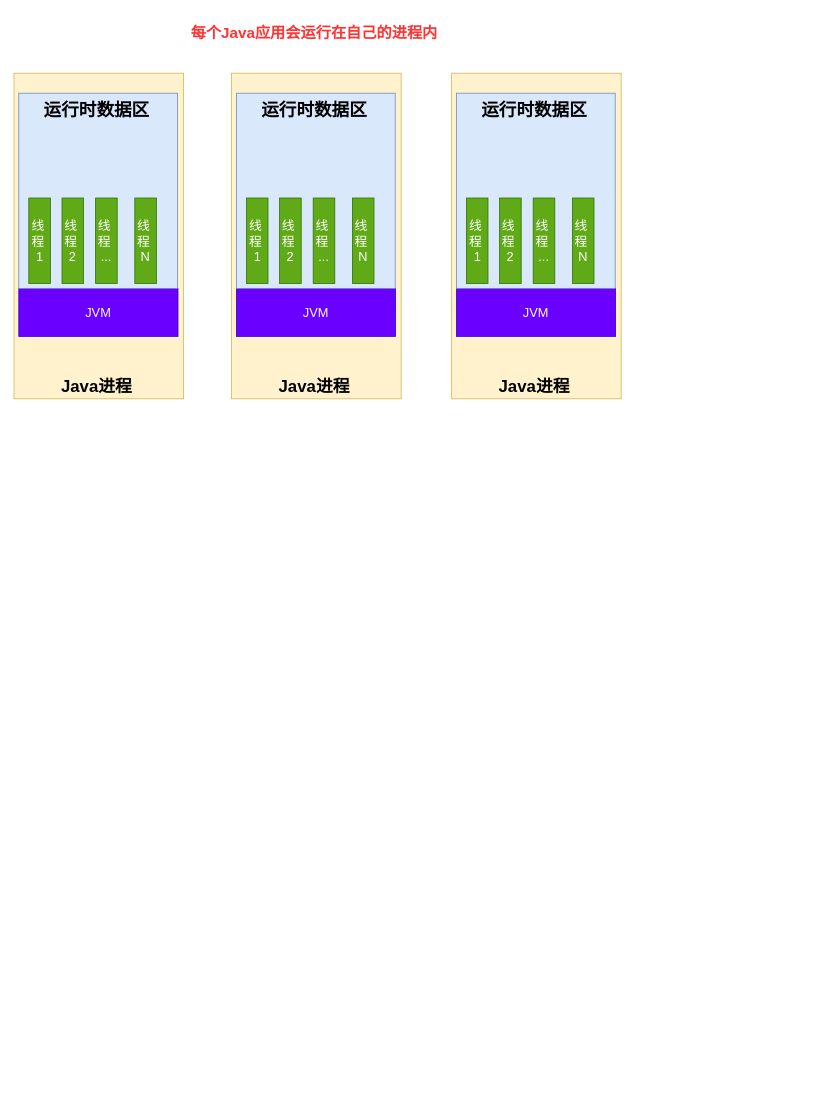
pkqzyh/pkqzyh.github.io keeps this draw.io diagram as page "多线程基础" (3 of 3) of JUC并发编程.drawio. Above is the earlier version. Source tidied: cells renumbered, new cells numbered last; positions are measured from the earlier drawing's top-left corner, leaving out a move shared by most shapes. Both pictures are drawn from the tidied source at 80%, with x=0, y=0 at pixel (14, 22).
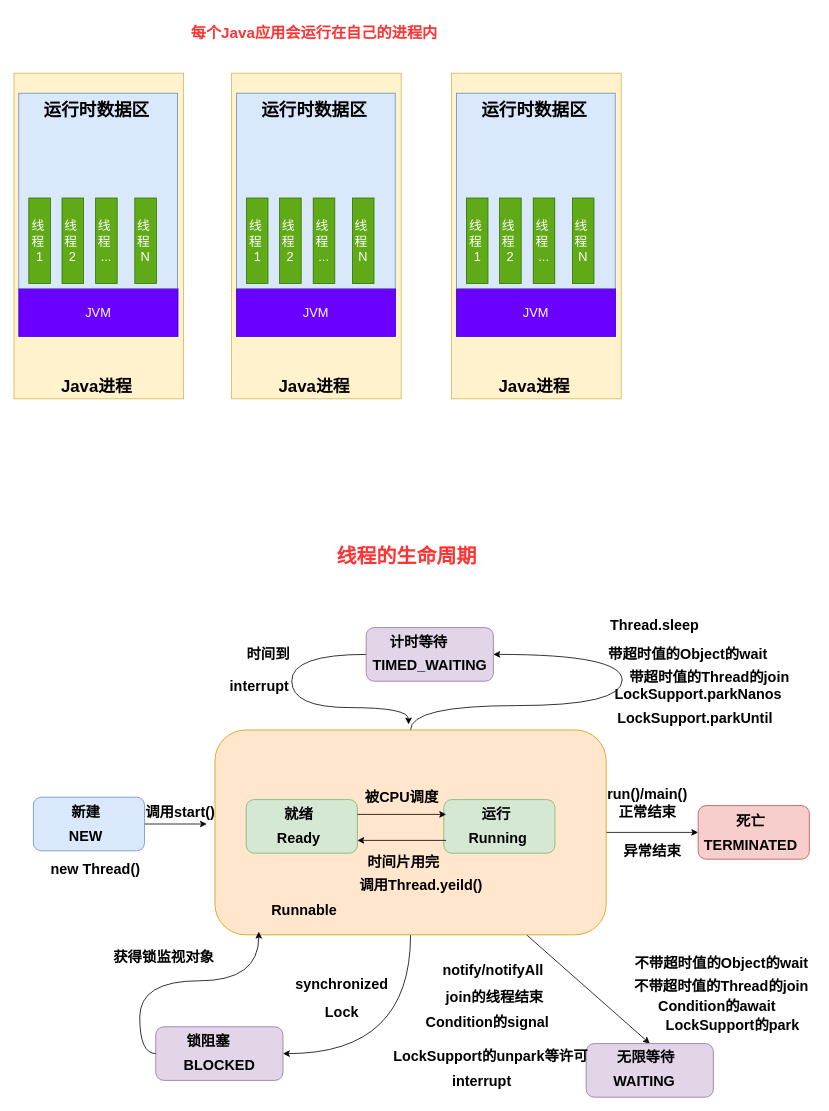
Above is the later version.

Commit message:
线程生命周期.drawio

What changed in the source:
```diff
@@
+    <mxCell id="30" style="edgeStyle=orthogonalEdgeStyle;rounded=0;jettySize=auto;html=1;entryX=0;entryY=0.5;entryDx=0;entryDy=0;" parent="1" edge="1" source="34" target="48">
+      <mxGeometry relative="1" as="geometry" />
+    </mxCell>
+    <mxCell id="31" style="rounded=0;jettySize=auto;html=1;entryX=1;entryY=0.5;entryDx=0;entryDy=0;elbow=vertical;edgeStyle=orthogonalEdgeStyle;curved=1;" parent="1" edge="1" source="34" target="55">
+      <mxGeometry relative="1" as="geometry" />
+    </mxCell>
+    <mxCell id="32" style="rounded=0;jettySize=auto;html=1;entryX=0.5;entryY=0;entryDx=0;entryDy=0;" parent="1" edge="1" source="34" target="58">
+      <mxGeometry relative="1" as="geometry" />
+    </mxCell>
+    <mxCell id="33" style="rounded=0;jettySize=auto;html=1;entryX=1;entryY=0.5;entryDx=0;entryDy=0;edgeStyle=orthogonalEdgeStyle;curved=1;" parent="1" edge="1" source="34" target="52">
+      <mxGeometry relative="1" as="geometry" />
+    </mxCell>
+    <mxCell id="34" style="rounded=1;whiteSpace=wrap;html=1;fillColor=#ffe6cc;strokeColor=#d79b00;" parent="1" vertex="1">
+      <mxGeometry x="251.2" y="884" width="489" height="256" as="geometry" />
+    </mxCell>
@@
+    <mxCell id="35" value="&lt;b&gt;&lt;font style=&quot;color: rgb(255, 51, 51); font-size: 25px;&quot;&gt;线程的生命周期&lt;/font&gt;&lt;/b&gt;" style="text;html=1;align=center;verticalAlign=middle;whiteSpace=wrap;rounded=0;" parent="1" vertex="1">
+      <mxGeometry x="399" y="661" width="184" height="9" as="geometry" />
+    </mxCell>
+    <mxCell id="36" style="edgeStyle=orthogonalEdgeStyle;rounded=0;jettySize=auto;html=1;" parent="1" edge="1" source="37">
+      <mxGeometry relative="1" as="geometry">
+        <mxPoint x="241" y="1001.5" as="targetPoint" />
+      </mxGeometry>
+    </mxCell>
+    <mxCell id="37" style="rounded=1;whiteSpace=wrap;html=1;fillColor=#dae8fc;strokeColor=#6c8ebf;" parent="1" vertex="1">
+      <mxGeometry x="24.2" y="968" width="139" height="67" as="geometry" />
+    </mxCell>
+    <mxCell id="38" value="&lt;b&gt;&lt;font style=&quot;font-size: 18px;&quot;&gt;新建&lt;/font&gt;&lt;/b&gt;" style="text;html=1;align=center;verticalAlign=middle;whiteSpace=wrap;rounded=0;" parent="1" vertex="1">
+      <mxGeometry x="43.2" y="977" width="94" height="20" as="geometry" />
+    </mxCell>
+    <mxCell id="39" value="&lt;b&gt;&lt;font style=&quot;font-size: 18px;&quot;&gt;NEW&lt;/font&gt;&lt;/b&gt;" style="text;html=1;align=center;verticalAlign=middle;whiteSpace=wrap;rounded=0;" parent="1" vertex="1">
+      <mxGeometry x="45.2" y="1002" width="90" height="30" as="geometry" />
+    </mxCell>
+    <mxCell id="40" style="rounded=1;whiteSpace=wrap;html=1;fillColor=#d5e8d4;strokeColor=#82b366;" parent="1" vertex="1">
+      <mxGeometry x="290.2" y="971" width="139" height="67" as="geometry" />
+    </mxCell>
+    <mxCell id="41" value="&lt;span style=&quot;font-size: 18px;&quot;&gt;&lt;b&gt;就绪&lt;/b&gt;&lt;/span&gt;" style="text;html=1;align=center;verticalAlign=middle;whiteSpace=wrap;rounded=0;" parent="1" vertex="1">
+      <mxGeometry x="309.2" y="980" width="94" height="20" as="geometry" />
+    </mxCell>
+    <mxCell id="42" value="&lt;b&gt;&lt;font style=&quot;font-size: 18px;&quot;&gt;Ready&lt;/font&gt;&lt;/b&gt;" style="text;html=1;align=center;verticalAlign=middle;whiteSpace=wrap;rounded=0;" parent="1" vertex="1">
+      <mxGeometry x="311.2" y="1005" width="90" height="30" as="geometry" />
+    </mxCell>
+    <mxCell id="43" style="rounded=1;whiteSpace=wrap;html=1;fillColor=#d5e8d4;strokeColor=#82b366;" parent="1" vertex="1">
+      <mxGeometry x="537.2" y="971" width="139" height="67" as="geometry" />
+    </mxCell>
+    <mxCell id="44" value="&lt;span style=&quot;font-size: 18px;&quot;&gt;&lt;b&gt;运行&lt;/b&gt;&lt;/span&gt;" style="text;html=1;align=center;verticalAlign=middle;whiteSpace=wrap;rounded=0;" parent="1" vertex="1">
+      <mxGeometry x="556.2" y="980" width="94" height="20" as="geometry" />
+    </mxCell>
+    <mxCell id="45" value="&lt;b&gt;&lt;font style=&quot;font-size: 18px;&quot;&gt;Runnable&lt;/font&gt;&lt;/b&gt;" style="text;html=1;align=center;verticalAlign=middle;whiteSpace=wrap;rounded=0;" parent="1" vertex="1">
+      <mxGeometry x="318.2" y="1095" width="90" height="30" as="geometry" />
+    </mxCell>
+    <mxCell id="46" style="endArrow=classic;html=1;rounded=0;" parent="1" edge="1">
+      <mxGeometry relative="1" as="geometry">
+        <mxPoint x="429.2" y="989.5" as="sourcePoint" />
+        <mxPoint x="540.2" y="989.5" as="targetPoint" />
+      </mxGeometry>
+    </mxCell>
+    <mxCell id="47" style="endArrow=classic;html=1;rounded=0;" parent="1" edge="1">
+      <mxGeometry relative="1" as="geometry">
+        <mxPoint x="540.2" y="1022" as="sourcePoint" />
+        <mxPoint x="429.2" y="1022" as="targetPoint" />
+      </mxGeometry>
+    </mxCell>
+    <mxCell id="48" style="rounded=1;whiteSpace=wrap;html=1;fillColor=#f8cecc;strokeColor=#b85450;" parent="1" vertex="1">
+      <mxGeometry x="855.2" y="978.5" width="139" height="67" as="geometry" />
+    </mxCell>
+    <mxCell id="49" value="&lt;span style=&quot;font-size: 18px;&quot;&gt;&lt;b&gt;死亡&lt;/b&gt;&lt;/span&gt;" style="text;html=1;align=center;verticalAlign=middle;whiteSpace=wrap;rounded=0;" parent="1" vertex="1">
+      <mxGeometry x="874.2" y="987.5" width="94" height="20" as="geometry" />
+    </mxCell>
+    <mxCell id="50" value="&lt;b&gt;&lt;font style=&quot;font-size: 18px;&quot;&gt;TERMINATED&lt;/font&gt;&lt;/b&gt;" style="text;html=1;align=center;verticalAlign=middle;whiteSpace=wrap;rounded=0;" parent="1" vertex="1">
+      <mxGeometry x="876.2" y="1012.5" width="90" height="30" as="geometry" />
+    </mxCell>
+    <mxCell id="51" style="edgeStyle=orthogonalEdgeStyle;rounded=0;jettySize=auto;html=1;curved=1;exitX=0;exitY=0.5;exitDx=0;exitDy=0;" parent="1" edge="1" source="52">
+      <mxGeometry relative="1" as="geometry">
+        <mxPoint x="493.2" y="877" as="targetPoint" />
+        <Array as="points">
+          <mxPoint x="347.2" y="790" />
+          <mxPoint x="347.2" y="856" />
+          <mxPoint x="493.2" y="856" />
+        </Array>
+      </mxGeometry>
+    </mxCell>
+    <mxCell id="52" style="rounded=1;whiteSpace=wrap;html=1;fillColor=#e1d5e7;strokeColor=#9673a6;" parent="1" vertex="1">
+      <mxGeometry x="440.2" y="756" width="159" height="67" as="geometry" />
+    </mxCell>
+    <mxCell id="53" value="&lt;b&gt;&lt;font style=&quot;font-size: 18px;&quot;&gt;计时等待&lt;/font&gt;&lt;/b&gt;" style="text;html=1;align=center;verticalAlign=middle;whiteSpace=wrap;rounded=0;" parent="1" vertex="1">
+      <mxGeometry x="459.2" y="765" width="94" height="20" as="geometry" />
+    </mxCell>
+    <mxCell id="54" value="&lt;b&gt;&lt;font style=&quot;font-size: 18px;&quot;&gt;TIMED_WAITING&lt;/font&gt;&lt;/b&gt;" style="text;html=1;align=center;verticalAlign=middle;whiteSpace=wrap;rounded=0;" parent="1" vertex="1">
+      <mxGeometry x="474.7" y="789" width="90" height="30" as="geometry" />
+    </mxCell>
+    <mxCell id="55" style="rounded=1;whiteSpace=wrap;html=1;fillColor=#e1d5e7;strokeColor=#9673a6;" parent="1" vertex="1">
+      <mxGeometry x="177.2" y="1255" width="159" height="67" as="geometry" />
+    </mxCell>
+    <mxCell id="56" value="&lt;span style=&quot;font-size: 18px;&quot;&gt;&lt;b&gt;锁阻塞&lt;/b&gt;&lt;/span&gt;" style="text;html=1;align=center;verticalAlign=middle;whiteSpace=wrap;rounded=0;" parent="1" vertex="1">
+      <mxGeometry x="196.2" y="1264" width="94" height="20" as="geometry" />
+    </mxCell>
+    <mxCell id="57" value="&lt;b&gt;&lt;font style=&quot;font-size: 18px;&quot;&gt;BLOCKED&lt;/font&gt;&lt;/b&gt;" style="text;html=1;align=center;verticalAlign=middle;whiteSpace=wrap;rounded=0;" parent="1" vertex="1">
+      <mxGeometry x="211.7" y="1288" width="90" height="30" as="geometry" />
+    </mxCell>
+    <mxCell id="58" style="rounded=1;whiteSpace=wrap;html=1;fillColor=#e1d5e7;strokeColor=#9673a6;" parent="1" vertex="1">
+      <mxGeometry x="715.2" y="1276" width="159" height="67" as="geometry" />
+    </mxCell>
+    <mxCell id="59" value="&lt;b&gt;&lt;font style=&quot;font-size: 18px;&quot;&gt;无限等待&lt;/font&gt;&lt;/b&gt;" style="text;html=1;align=center;verticalAlign=middle;whiteSpace=wrap;rounded=0;" parent="1" vertex="1">
+      <mxGeometry x="743.2" y="1284" width="94" height="20" as="geometry" />
+    </mxCell>
+    <mxCell id="60" value="&lt;b&gt;&lt;font style=&quot;font-size: 18px;&quot;&gt;WAITING&lt;/font&gt;&lt;/b&gt;" style="text;html=1;align=center;verticalAlign=middle;whiteSpace=wrap;rounded=0;" parent="1" vertex="1">
+      <mxGeometry x="743.2" y="1308" width="90" height="30" as="geometry" />
+    </mxCell>
+    <mxCell id="61" value="&lt;b&gt;&lt;font style=&quot;font-size: 18px;&quot;&gt;调用start()&lt;/font&gt;&lt;/b&gt;" style="text;html=1;align=center;verticalAlign=middle;whiteSpace=wrap;rounded=0;" parent="1" vertex="1">
+      <mxGeometry x="163.2" y="972" width="90" height="30" as="geometry" />
+    </mxCell>
+    <mxCell id="62" value="&lt;b&gt;&lt;font style=&quot;font-size: 18px;&quot;&gt;new Thread()&lt;/font&gt;&lt;/b&gt;" style="text;html=1;align=center;verticalAlign=middle;whiteSpace=wrap;rounded=0;" parent="1" vertex="1">
+      <mxGeometry x="38.2" y="1045" width="128" height="27" as="geometry" />
+    </mxCell>
+    <mxCell id="63" value="&lt;b&gt;&lt;font style=&quot;font-size: 18px;&quot;&gt;时间片用完&lt;/font&gt;&lt;/b&gt;" style="text;html=1;align=center;verticalAlign=middle;whiteSpace=wrap;rounded=0;" parent="1" vertex="1">
+      <mxGeometry x="433.2" y="1038" width="108" height="23" as="geometry" />
+    </mxCell>
+    <mxCell id="64" value="&lt;span style=&quot;font-size: 18px;&quot;&gt;&lt;b&gt;被CPU调度&lt;/b&gt;&lt;/span&gt;" style="text;html=1;align=center;verticalAlign=middle;whiteSpace=wrap;rounded=0;" parent="1" vertex="1">
+      <mxGeometry x="435.2" y="953" width="100" height="32" as="geometry" />
+    </mxCell>
+    <mxCell id="65" value="&lt;b&gt;&lt;font style=&quot;font-size: 18px;&quot;&gt;调用Thread.yeild()&lt;/font&gt;&lt;/b&gt;" style="text;html=1;align=center;verticalAlign=middle;whiteSpace=wrap;rounded=0;" parent="1" vertex="1">
+      <mxGeometry x="419.2" y="1075" width="180" height="8" as="geometry" />
+    </mxCell>
+    <mxCell id="66" value="&lt;b&gt;&lt;font style=&quot;font-size: 18px;&quot;&gt;Running&lt;/font&gt;&lt;/b&gt;" style="text;html=1;align=center;verticalAlign=middle;whiteSpace=wrap;rounded=0;" parent="1" vertex="1">
+      <mxGeometry x="560.2" y="1005" width="90" height="30" as="geometry" />
+    </mxCell>
+    <mxCell id="67" value="&lt;b&gt;&lt;font style=&quot;font-size: 18px;&quot;&gt;run()/main()正常结束&lt;/font&gt;&lt;/b&gt;" style="text;html=1;align=center;verticalAlign=middle;whiteSpace=wrap;rounded=0;" parent="1" vertex="1">
+      <mxGeometry x="747.2" y="961" width="90" height="30" as="geometry" />
+    </mxCell>
+    <mxCell id="68" value="&lt;b&gt;&lt;font style=&quot;font-size: 18px;&quot;&gt;异常结束&lt;/font&gt;&lt;/b&gt;" style="text;html=1;align=center;verticalAlign=middle;whiteSpace=wrap;rounded=0;" parent="1" vertex="1">
+      <mxGeometry x="753.2" y="1021" width="90" height="30" as="geometry" />
+    </mxCell>
+    <mxCell id="69" value="&lt;b&gt;&lt;font style=&quot;font-size: 18px;&quot;&gt;synchronized&lt;/font&gt;&lt;/b&gt;" style="text;html=1;align=center;verticalAlign=middle;whiteSpace=wrap;rounded=0;" parent="1" vertex="1">
+      <mxGeometry x="364.7" y="1187" width="90" height="30" as="geometry" />
+    </mxCell>
+    <mxCell id="70" value="&lt;b&gt;&lt;font style=&quot;font-size: 18px;&quot;&gt;Lock&lt;/font&gt;&lt;/b&gt;" style="text;html=1;align=center;verticalAlign=middle;whiteSpace=wrap;rounded=0;" parent="1" vertex="1">
+      <mxGeometry x="364.7" y="1222" width="90" height="30" as="geometry" />
+    </mxCell>
+    <mxCell id="71" style="rounded=0;jettySize=auto;html=1;entryX=0.112;entryY=0.985;entryDx=0;entryDy=0;entryPerimeter=0;edgeStyle=orthogonalEdgeStyle;curved=1;exitX=0;exitY=0.5;exitDx=0;exitDy=0;" parent="1" edge="1" source="55" target="34">
+      <mxGeometry relative="1" as="geometry" />
+    </mxCell>
+    <mxCell id="72" value="&lt;span style=&quot;font-size: 18px;&quot;&gt;&lt;b&gt;获得锁监视对象&lt;/b&gt;&lt;/span&gt;" style="text;html=1;align=center;verticalAlign=middle;whiteSpace=wrap;rounded=0;" parent="1" vertex="1">
+      <mxGeometry x="122.2" y="1150" width="131" height="37" as="geometry" />
+    </mxCell>
+    <mxCell id="73" value="&lt;b&gt;&lt;font style=&quot;font-size: 18px;&quot;&gt;不带超时值的Object的wait&lt;/font&gt;&lt;/b&gt;" style="text;html=1;align=center;verticalAlign=middle;whiteSpace=wrap;rounded=0;" parent="1" vertex="1">
+      <mxGeometry x="768.2" y="1171" width="233" height="10" as="geometry" />
+    </mxCell>
+    <mxCell id="74" value="&lt;b&gt;&lt;font style=&quot;font-size: 18px;&quot;&gt;不带超时值的Thread的join&lt;/font&gt;&lt;/b&gt;" style="text;html=1;align=center;verticalAlign=middle;whiteSpace=wrap;rounded=0;" parent="1" vertex="1">
+      <mxGeometry x="768.2" y="1200" width="233" height="10" as="geometry" />
+    </mxCell>
+    <mxCell id="75" value="&lt;b&gt;&lt;font style=&quot;font-size: 18px;&quot;&gt;Condition的await&lt;/font&gt;&lt;/b&gt;" style="text;html=1;align=center;verticalAlign=middle;whiteSpace=wrap;rounded=0;" parent="1" vertex="1">
+      <mxGeometry x="795.2" y="1215" width="168" height="30" as="geometry" />
+    </mxCell>
+    <mxCell id="76" value="&lt;b&gt;&lt;font style=&quot;font-size: 18px;&quot;&gt;LockSupport的park&lt;/font&gt;&lt;/b&gt;" style="text;html=1;align=center;verticalAlign=middle;whiteSpace=wrap;rounded=0;" parent="1" vertex="1">
+      <mxGeometry x="796.2" y="1241" width="205" height="24" as="geometry" />
+    </mxCell>
+    <mxCell id="77" value="&lt;b&gt;&lt;font style=&quot;font-size: 18px;&quot;&gt;notify/notifyAll&lt;/font&gt;&lt;/b&gt;" style="text;html=1;align=center;verticalAlign=middle;whiteSpace=wrap;rounded=0;" parent="1" vertex="1">
+      <mxGeometry x="529.2" y="1171" width="140" height="27" as="geometry" />
+    </mxCell>
+    <mxCell id="78" value="&lt;b&gt;&lt;font style=&quot;font-size: 18px;&quot;&gt;join的线程结束&lt;/font&gt;&lt;/b&gt;" style="text;html=1;align=center;verticalAlign=middle;whiteSpace=wrap;rounded=0;" parent="1" vertex="1">
+      <mxGeometry x="531.2" y="1204" width="140" height="27" as="geometry" />
+    </mxCell>
+    <mxCell id="79" value="&lt;b&gt;&lt;font style=&quot;font-size: 18px;&quot;&gt;Condition的signal&lt;/font&gt;&lt;/b&gt;" style="text;html=1;align=center;verticalAlign=middle;whiteSpace=wrap;rounded=0;" parent="1" vertex="1">
+      <mxGeometry x="508.2" y="1235" width="168" height="30" as="geometry" />
+    </mxCell>
+    <mxCell id="80" value="&lt;b&gt;&lt;font style=&quot;font-size: 18px;&quot;&gt;LockSupport的unpark等许可&lt;/font&gt;&lt;/b&gt;" style="text;html=1;align=center;verticalAlign=middle;whiteSpace=wrap;rounded=0;" parent="1" vertex="1">
+      <mxGeometry x="459.2" y="1280" width="273.5" height="24" as="geometry" />
+    </mxCell>
+    <mxCell id="81" value="&lt;b&gt;&lt;font style=&quot;font-size: 18px;&quot;&gt;interrupt&lt;/font&gt;&lt;/b&gt;" style="text;html=1;align=center;verticalAlign=middle;whiteSpace=wrap;rounded=0;" parent="1" vertex="1">
+      <mxGeometry x="539.7" y="1308" width="90" height="30" as="geometry" />
+    </mxCell>
+    <mxCell id="82" value="&lt;b&gt;&lt;font style=&quot;font-size: 18px;&quot;&gt;时间到&lt;/font&gt;&lt;/b&gt;" style="text;html=1;align=center;verticalAlign=middle;whiteSpace=wrap;rounded=0;" parent="1" vertex="1">
+      <mxGeometry x="273.2" y="774.5" width="90" height="30" as="geometry" />
+    </mxCell>
+    <mxCell id="83" value="&lt;b&gt;&lt;font style=&quot;font-size: 18px;&quot;&gt;interrupt&lt;/font&gt;&lt;/b&gt;" style="text;html=1;align=center;verticalAlign=middle;whiteSpace=wrap;rounded=0;" parent="1" vertex="1">
+      <mxGeometry x="262.2" y="815" width="90" height="30" as="geometry" />
+    </mxCell>
+    <mxCell id="84" value="&lt;span style=&quot;font-size: 18px;&quot;&gt;&lt;b&gt;Thread.sleep&lt;/b&gt;&lt;/span&gt;" style="text;html=1;align=center;verticalAlign=middle;whiteSpace=wrap;rounded=0;" parent="1" vertex="1">
+      <mxGeometry x="756.2" y="739" width="90" height="30" as="geometry" />
+    </mxCell>
+    <mxCell id="85" value="&lt;b&gt;&lt;font style=&quot;font-size: 18px;&quot;&gt;带超时值的Object的wait&lt;/font&gt;&lt;/b&gt;" style="text;html=1;align=center;verticalAlign=middle;whiteSpace=wrap;rounded=0;" parent="1" vertex="1">
+      <mxGeometry x="726.2" y="784.5" width="233" height="10" as="geometry" />
+    </mxCell>
+    <mxCell id="86" value="&lt;b&gt;&lt;font style=&quot;font-size: 18px;&quot;&gt;带超时值的Thread的join&lt;/font&gt;&lt;/b&gt;" style="text;html=1;align=center;verticalAlign=middle;whiteSpace=wrap;rounded=0;" parent="1" vertex="1">
+      <mxGeometry x="753.2" y="813" width="233" height="10" as="geometry" />
+    </mxCell>
+    <mxCell id="87" value="&lt;b&gt;&lt;font style=&quot;font-size: 18px;&quot;&gt;LockSupport.parkNanos&lt;/font&gt;&lt;/b&gt;" style="text;html=1;align=center;verticalAlign=middle;whiteSpace=wrap;rounded=0;" parent="1" vertex="1">
+      <mxGeometry x="753.2" y="828" width="205" height="24" as="geometry" />
+    </mxCell>
+    <mxCell id="88" value="&lt;b&gt;&lt;font style=&quot;font-size: 18px;&quot;&gt;LockSupport.parkUntil&lt;/font&gt;&lt;/b&gt;" style="text;html=1;align=center;verticalAlign=middle;whiteSpace=wrap;rounded=0;" parent="1" vertex="1">
+      <mxGeometry x="749.2" y="858" width="205" height="24" as="geometry" />
+    </mxCell>
```
